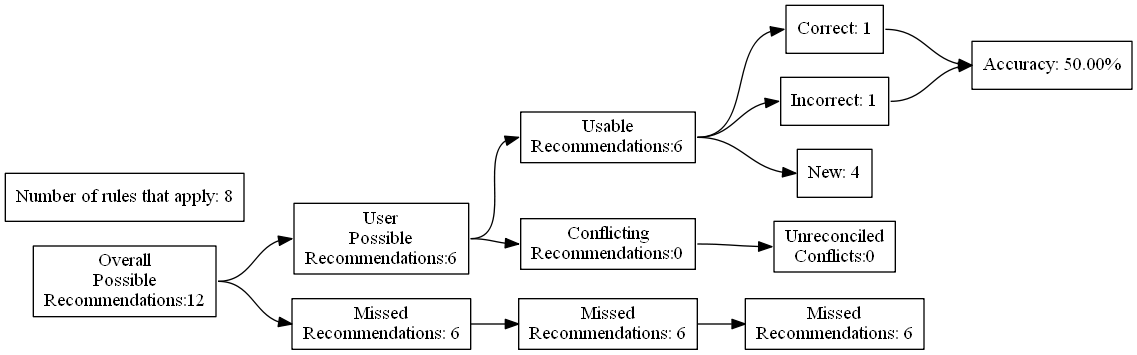
ZaxR/ibd_diet_analysis keeps this Graphviz diagram as test_renders/35.gv.png. Above is the earlier version. Its source is kept beside it as test_renders/35.gv.
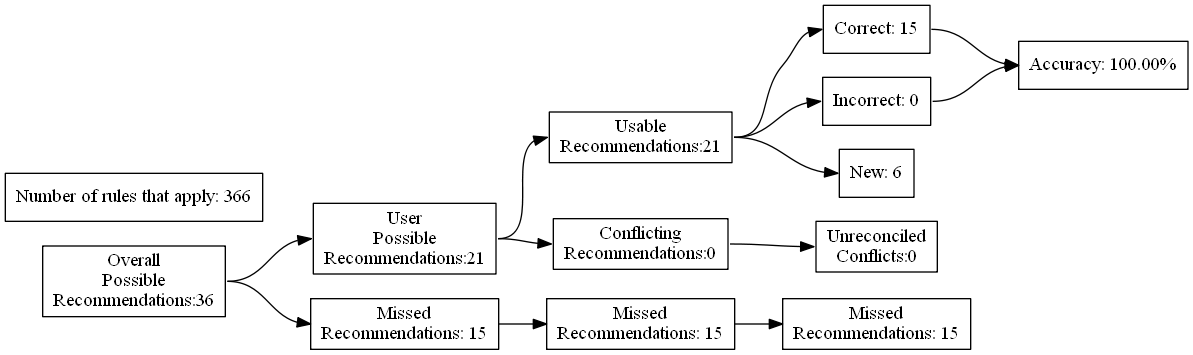
The same diagram one commit later.

The edit, as a diff of the source:
```diff
@@ -4,27 +4,27 @@
 	edge [headport=w tailport=e]
 		A [label="Overall
 Possible
-Recommendations:12"]
+Recommendations:36"]
 		B [label="User
 Possible
-Recommendations:6"]
+Recommendations:21"]
 		C [label="Missed
-Recommendations: 6"]
+Recommendations: 15"]
 		D [label="Usable
-Recommendations:6"]
+Recommendations:21"]
 		E [label="Conflicting
 Recommendations:0"]
 		J [label="Missed
-Recommendations: 6"]
+Recommendations: 15"]
 		M [label="Unreconciled
 Conflicts:0"]
-		F [label="Correct: 1"]
-		G [label="Incorrect: 1"]
-		H [label="New: 4"]
+		F [label="Correct: 15"]
+		G [label="Incorrect: 0"]
+		H [label="New: 6"]
 		K [label="Missed
-Recommendations: 6"]
-		I [label="Accuracy: 50.00%"]
-		l [label="Number of rules that apply: 8"]
+Recommendations: 15"]
+		I [label="Accuracy: 100.00%"]
+		l [label="Number of rules that apply: 366"]
 			A -> B
 			A -> C
 			B -> D
```
